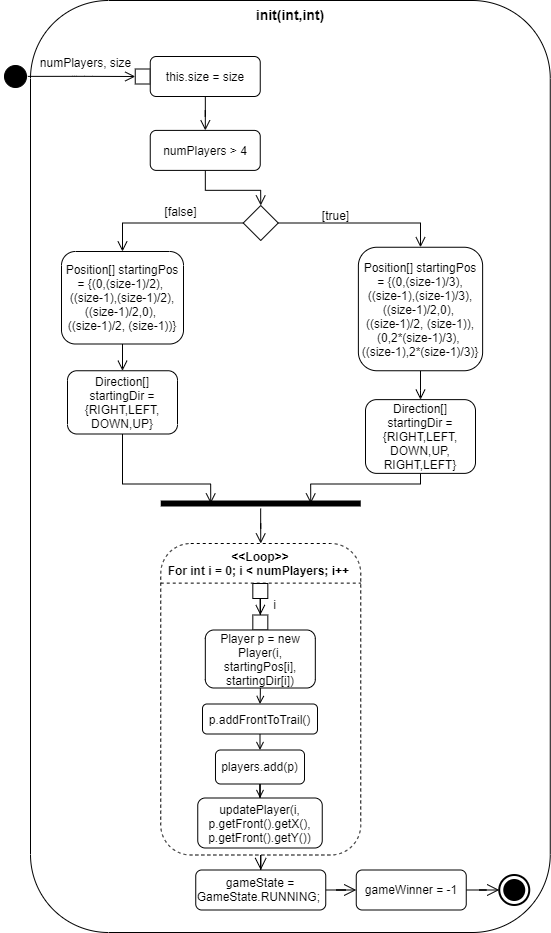
Before: Doku/images/AD_init.png, a diagram exported from draw.io (KjellooMelloo/gameoftrons). Source tidied: cells renumbered, new cells last; positions are measured from the earlier drawing's top-left corner, leaving out a move shared by most shapes.
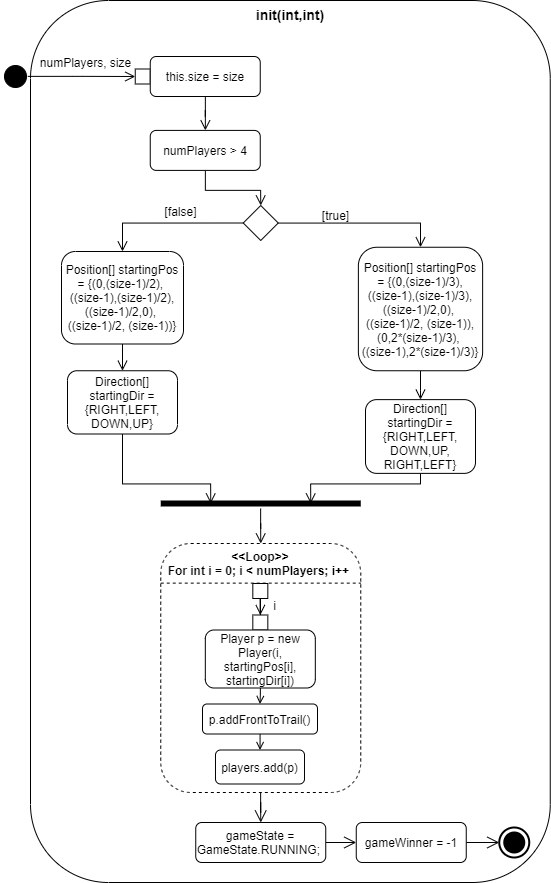
After the change.

Commit message:
small correction AD_init

Diff of the diagram source:
```diff
@@ -3,7 +3,7 @@
     <mxCell id="0" />
     <mxCell id="1" parent="0" />
     <mxCell id="2" value="&lt;b&gt;&lt;font style=&quot;font-size: 14px&quot;&gt;init(int,int)&lt;/font&gt;&lt;/b&gt;" style="rounded=1;whiteSpace=wrap;html=1;align=center;verticalAlign=top;" parent="1" vertex="1">
-      <mxGeometry x="30" width="519.8" height="932" as="geometry" />
+      <mxGeometry x="30" width="519.8" height="882" as="geometry" />
     </mxCell>
     <mxCell id="3" style="ellipse;html=1;shape=startState;fillColor=#000000;strokeColor=#000000;align=center;" parent="1" vertex="1">
       <mxGeometry y="61" width="30" height="30" as="geometry" />
@@ -84,11 +84,11 @@
     <mxCell id="25" style="shape=line;html=1;strokeWidth=6;strokeColor=#000000;align=center;" parent="1" vertex="1">
       <mxGeometry x="160.2" y="498" width="200" height="10" as="geometry" />
     </mxCell>
-    <mxCell id="26" style="edgeStyle=orthogonalEdgeStyle;rounded=0;jettySize=auto;html=1;entryX=0.5;entryY=0;entryDx=0;entryDy=0;endArrow=open;endFill=0;endSize=10;" parent="1" edge="1" source="27" target="43">
+    <mxCell id="26" style="edgeStyle=orthogonalEdgeStyle;rounded=0;jettySize=auto;html=1;entryX=0.5;entryY=0;entryDx=0;entryDy=0;endArrow=open;endFill=0;endSize=10;" parent="1" edge="1" source="27" target="41">
       <mxGeometry relative="1" as="geometry" />
     </mxCell>
     <mxCell id="27" value="&lt;b&gt;&amp;lt;&amp;lt;Loop&amp;gt;&amp;gt;&lt;br&gt;For int i = 0; i &amp;lt; numPlayers; i++&amp;nbsp;&lt;br&gt;&lt;/b&gt;" style="shape=ext;rounded=1;html=1;whiteSpace=wrap;dashed=1;verticalAlign=top;align=center;" parent="1" vertex="1">
-      <mxGeometry x="160.2" y="543" width="200" height="311.5" as="geometry" />
+      <mxGeometry x="160.2" y="543" width="200" height="249" as="geometry" />
     </mxCell>
     <mxCell id="28" style="endArrow=none;dashed=1;html=1;exitX=0;exitY=0.25;exitDx=0;exitDy=0;entryX=1;entryY=0.25;entryDx=0;entryDy=0;" parent="1" edge="1">
       <mxGeometry relative="1" as="geometry">
@@ -122,9 +122,9 @@
       <mxGeometry x="204.8" y="629.5" width="110" height="58" as="geometry" />
     </mxCell>
     <mxCell id="35" style="html=1;shape=mxgraph.sysml.actFinal;strokeWidth=2;verticalLabelPosition=bottom;verticalAlignment=top;align=center;rounded=0;" parent="1" vertex="1">
-      <mxGeometry x="498.8" y="874.5" width="30" height="30" as="geometry" />
+      <mxGeometry x="498.8" y="827" width="30" height="30" as="geometry" />
     </mxCell>
-    <mxCell id="36" style="edgeStyle=orthogonalEdgeStyle;rounded=0;jettySize=auto;html=1;entryX=0.5;entryY=0;entryDx=0;entryDy=0;endArrow=open;endFill=0;" parent="1" edge="1" source="37" target="39">
+    <mxCell id="36" style="edgeStyle=orthogonalEdgeStyle;rounded=0;jettySize=auto;html=1;entryX=0.5;entryY=0;entryDx=0;entryDy=0;endArrow=open;endFill=0;" parent="1" edge="1" source="37" target="38">
       <mxGeometry relative="1" as="geometry">
         <Array as="points">
           <mxPoint x="260" y="743.5" />
@@ -135,29 +135,23 @@
     <mxCell id="37" value="p.addFrontToTrail()" style="shape=rect;html=1;rounded=1;whiteSpace=wrap;align=center;" parent="1" vertex="1">
       <mxGeometry x="202" y="703.5" width="115" height="30" as="geometry" />
     </mxCell>
-    <mxCell id="38" style="edgeStyle=orthogonalEdgeStyle;rounded=0;jettySize=auto;html=1;entryX=0.5;entryY=0;entryDx=0;entryDy=0;endArrow=open;endFill=0;endSize=6;" parent="1" edge="1" source="39" target="41">
-      <mxGeometry relative="1" as="geometry" />
+    <mxCell id="38" value="players.add(p)" style="shape=rect;html=1;rounded=1;whiteSpace=wrap;align=center;" parent="1" vertex="1">
+      <mxGeometry x="215" y="749.5" width="89" height="34" as="geometry" />
     </mxCell>
-    <mxCell id="39" value="players.add(p)" style="shape=rect;html=1;rounded=1;whiteSpace=wrap;align=center;" parent="1" vertex="1">
-      <mxGeometry x="215" y="749.5" width="89" height="34" as="geometry" />
+    <mxCell id="39" style="edgeStyle=orthogonalEdgeStyle;rounded=0;orthogonalLoop=1;jettySize=auto;html=1;exitX=0.5;exitY=1;exitDx=0;exitDy=0;" parent="1" edge="1" source="37" target="37">
+      <mxGeometry relative="1" as="geometry" />
     </mxCell>
-    <mxCell id="40" style="edgeStyle=orthogonalEdgeStyle;rounded=0;orthogonalLoop=1;jettySize=auto;html=1;exitX=0.5;exitY=1;exitDx=0;exitDy=0;" parent="1" edge="1" source="37" target="37">
+    <mxCell id="40" style="edgeStyle=orthogonalEdgeStyle;rounded=0;jettySize=auto;html=1;endArrow=open;endFill=0;endSize=10;" parent="1" edge="1" source="41" target="43">
       <mxGeometry relative="1" as="geometry" />
     </mxCell>
-    <mxCell id="41" value="updatePlayer(i, p.getFront().getX(), p.getFront().getY())" style="shape=rect;html=1;rounded=1;whiteSpace=wrap;align=center;" parent="1" vertex="1">
-      <mxGeometry x="197.2" y="797.5" width="124.5" height="50" as="geometry" />
+    <mxCell id="41" value="gameState = GameState.RUNNING;&amp;nbsp;" style="shape=rect;html=1;rounded=1;whiteSpace=wrap;align=center;" parent="1" vertex="1">
+      <mxGeometry x="195.2" y="822" width="130" height="40" as="geometry" />
     </mxCell>
-    <mxCell id="42" style="edgeStyle=orthogonalEdgeStyle;rounded=0;jettySize=auto;html=1;endArrow=open;endFill=0;endSize=10;" parent="1" edge="1" source="43" target="45">
+    <mxCell id="42" style="edgeStyle=orthogonalEdgeStyle;rounded=0;jettySize=auto;html=1;entryX=0;entryY=0.5;entryDx=0;entryDy=0;entryPerimeter=0;endArrow=open;endFill=0;endSize=10;" parent="1" edge="1" source="43" target="35">
       <mxGeometry relative="1" as="geometry" />
     </mxCell>
-    <mxCell id="43" value="gameState = GameState.RUNNING;&amp;nbsp;" style="shape=rect;html=1;rounded=1;whiteSpace=wrap;align=center;" parent="1" vertex="1">
-      <mxGeometry x="195.2" y="869.5" width="130" height="40" as="geometry" />
+    <mxCell id="43" value="gameWinner = -1" style="shape=rect;html=1;rounded=1;whiteSpace=wrap;align=center;" parent="1" vertex="1">
+      <mxGeometry x="355.8" y="822" width="110" height="40" as="geometry" />
     </mxCell>
-    <mxCell id="44" style="edgeStyle=orthogonalEdgeStyle;rounded=0;jettySize=auto;html=1;entryX=0;entryY=0.5;entryDx=0;entryDy=0;entryPerimeter=0;endArrow=open;endFill=0;endSize=10;" parent="1" edge="1" source="45" target="35">
-      <mxGeometry relative="1" as="geometry" />
-    </mxCell>
-    <mxCell id="45" value="gameWinner = -1" style="shape=rect;html=1;rounded=1;whiteSpace=wrap;align=center;" parent="1" vertex="1">
-      <mxGeometry x="355.8" y="869.5" width="110" height="40" as="geometry" />
-    </mxCell>
   </root>
 </mxGraphModel>
```
